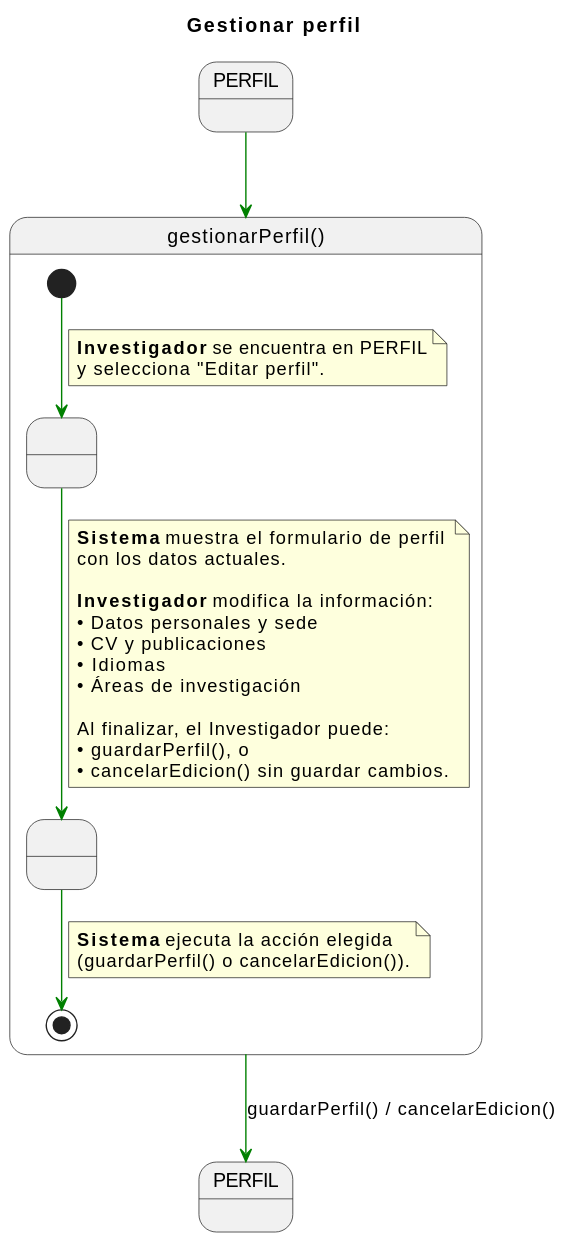
The PlantUML diagram documents/CasosDeUso/DetalladoCasosDeUso/Coordinador/gestionarPerfil().svg in 31Diego/25-26-IdSw1-SdR, before a commit. Its diagram source:
```plantuml
@startuml
title Gestionar perfil
skinparam linetype polyline

state PERFIL_INICIAL as "PERFIL"
state PERFIL_FINAL   as "PERFIL"

PERFIL_INICIAL -[#green]-> gestionarPerfil

state gestionarPerfil as "gestionarPerfil()" {

    state " " as EditarDatos
    state " " as DecidirAccion

    [*] -[#green]-> EditarDatos
    note on link
    <b>Investigador</b> se encuentra en PERFIL
    y selecciona "Editar perfil".
    end note

    EditarDatos -[#green]-> DecidirAccion
    note on link
    <b>Sistema</b> muestra el formulario de perfil
    con los datos actuales.

    <b>Investigador</b> modifica la información:
    • Datos personales y sede
    • CV y publicaciones
    • Idiomas
    • Áreas de investigación

    Al finalizar, el Investigador puede:
    • guardarPerfil(), o
    • cancelarEdicion() sin guardar cambios.
    end note

    DecidirAccion -[#green]-> [*]
    note on link
    <b>Sistema</b> ejecuta la acción elegida
    (guardarPerfil() o cancelarEdicion()).
    end note
}

gestionarPerfil -[#green]-> PERFIL_FINAL : guardarPerfil() / cancelarEdicion()
@enduml
```
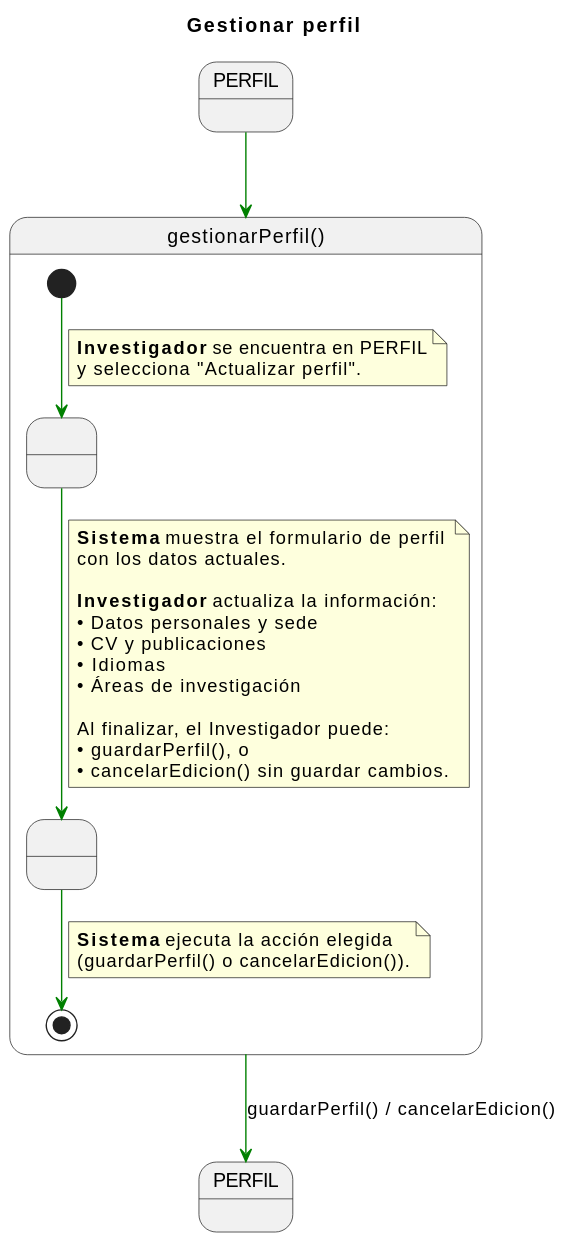
After the change.

What changed in the source:
```diff
@@ -9,21 +9,21 @@
 
 state gestionarPerfil as "gestionarPerfil()" {
 
-    state " " as EditarDatos
+    state " " as ActualizarDatos
     state " " as DecidirAccion
 
-    [*] -[#green]-> EditarDatos
+    [*] -[#green]-> ActualizarDatos
     note on link
     <b>Investigador</b> se encuentra en PERFIL
-    y selecciona "Editar perfil".
+    y selecciona "Actualizar perfil".
     end note
 
-    EditarDatos -[#green]-> DecidirAccion
+    ActualizarDatos -[#green]-> DecidirAccion
     note on link
     <b>Sistema</b> muestra el formulario de perfil
     con los datos actuales.
 
-    <b>Investigador</b> modifica la información:
+    <b>Investigador</b> actualiza la información:
     • Datos personales y sede
     • CV y publicaciones
     • Idiomas
```
